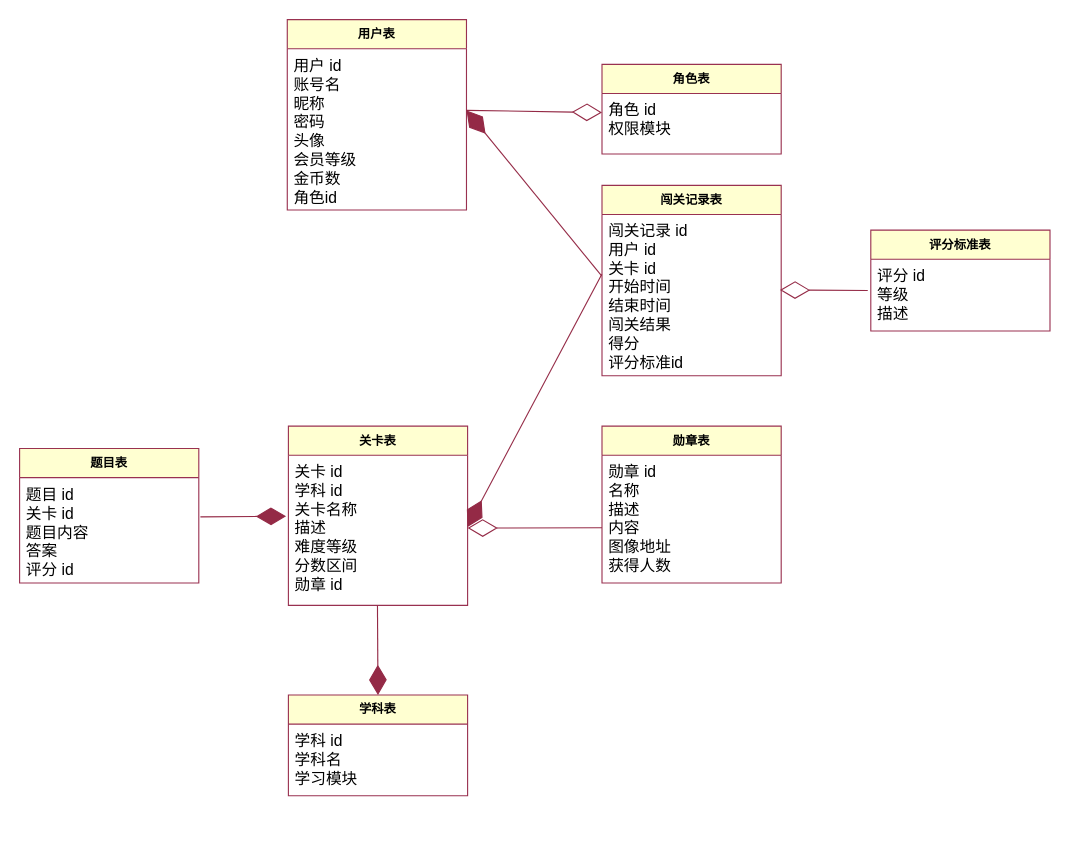
bosombaby/draw-store keeps this draw.io diagram as page "应用类图" (3 of 7) of 毕业设计/毕业设计.drawio. Above is the earlier version. Source tidied: cells renumbered, new cells numbered last; positions are measured from the earlier drawing's top-left corner, leaving out a move shared by most shapes. Both pictures are drawn from the tidied source at 112%, with x=0, y=0 at pixel (19, 19).
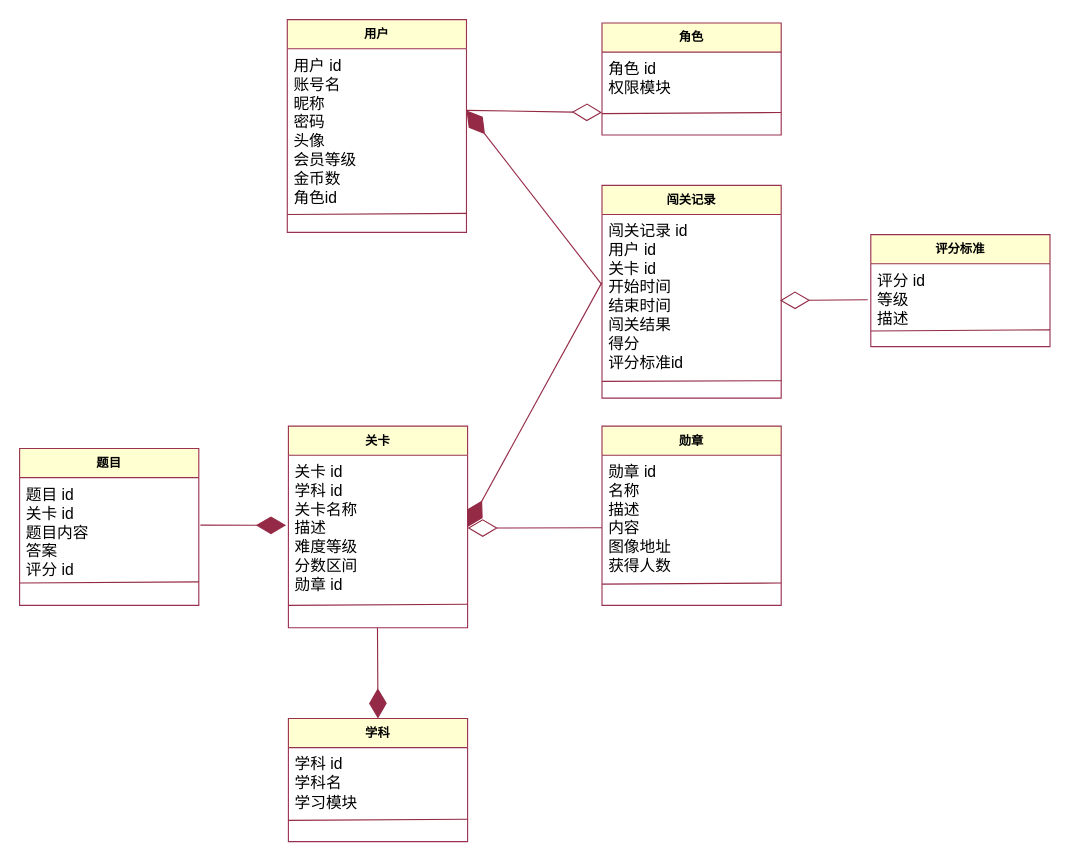
The same page after the edit.

The edit, as a diff of the source:
```diff
@@
-    <mxCell id="2" value="用户表" style="swimlane;fontStyle=1;align=center;verticalAlign=top;horizontal=1;startSize=26;whiteSpace=wrap;html=1;strokeColor=#993150;fontFamily=Helvetica;fontSize=11;fontColor=default;fillColor=#FFFFD1;" parent="1" vertex="1">
-      <mxGeometry x="239" width="160" height="170" as="geometry" />
+    <mxCell id="2" value="用户" style="swimlane;fontStyle=1;align=center;verticalAlign=top;horizontal=1;startSize=26;whiteSpace=wrap;html=1;strokeColor=#993150;fontFamily=Helvetica;fontSize=11;fontColor=default;fillColor=#FFFFD1;" parent="1" vertex="1">
+      <mxGeometry x="239" width="160" height="190" as="geometry" />
     </mxCell>
     <mxCell id="3" value="&lt;font style=&quot;font-size: 14px;&quot;&gt;用户 id&lt;br&gt;账号名&lt;br&gt;昵称&lt;br&gt;密码&lt;br&gt;头像&lt;br&gt;会员等级&lt;br&gt;金币数&lt;br&gt;角色id&lt;br&gt;&lt;/font&gt;" style="text;strokeColor=none;fillColor=none;align=left;verticalAlign=top;spacingLeft=4;spacingRight=4;overflow=hidden;whiteSpace=wrap;html=1;fontSize=11;fontFamily=Helvetica;fontColor=default;" parent="2" vertex="1">
-      <mxGeometry y="26" width="160" height="144" as="geometry" />
+      <mxGeometry y="26" width="160" height="164" as="geometry" />
     </mxCell>
+    <mxCell id="25" style="endArrow=none;html=1;rounded=0;strokeColor=#942A46;align=center;verticalAlign=middle;fontFamily=Helvetica;fontSize=15;fontColor=default;labelBackgroundColor=default;fillColor=#FFFFD1;entryX=1.002;entryY=0.905;entryDx=0;entryDy=0;entryPerimeter=0;" parent="2" edge="1">
+      <mxGeometry relative="1" as="geometry">
+        <mxPoint y="174" as="sourcePoint" />
+        <mxPoint x="160" y="173" as="targetPoint" />
+      </mxGeometry>
+    </mxCell>
-    <mxCell id="4" value="角色表" style="swimlane;fontStyle=1;align=center;verticalAlign=top;horizontal=1;startSize=26;whiteSpace=wrap;html=1;strokeColor=#993150;fontFamily=Helvetica;fontSize=11;fontColor=default;fillColor=#FFFFD1;" parent="1" vertex="1">
-      <mxGeometry x="520" y="40" width="160" height="80" as="geometry" />
+    <mxCell id="4" value="角色" style="swimlane;fontStyle=1;align=center;verticalAlign=top;horizontal=1;startSize=26;whiteSpace=wrap;html=1;strokeColor=#993150;fontFamily=Helvetica;fontSize=11;fontColor=default;fillColor=#FFFFD1;" parent="1" vertex="1">
+      <mxGeometry x="520" y="3" width="160" height="100" as="geometry" />
     </mxCell>
     <mxCell id="5" value="&lt;font style=&quot;font-size: 14px;&quot;&gt;角色 id&lt;br&gt;权限模块&lt;br&gt;&lt;br&gt;&lt;/font&gt;" style="text;strokeColor=none;fillColor=none;align=left;verticalAlign=top;spacingLeft=4;spacingRight=4;overflow=hidden;whiteSpace=wrap;html=1;fontSize=11;fontFamily=Helvetica;fontColor=default;" parent="4" vertex="1">
-      <mxGeometry y="26" width="160" height="54" as="geometry" />
+      <mxGeometry y="26" width="160" height="74" as="geometry" />
     </mxCell>
+    <mxCell id="26" style="endArrow=none;html=1;rounded=0;strokeColor=#942A46;align=center;verticalAlign=middle;fontFamily=Helvetica;fontSize=15;fontColor=default;labelBackgroundColor=default;fillColor=#FFFFD1;entryX=1.002;entryY=0.905;entryDx=0;entryDy=0;entryPerimeter=0;" parent="4" edge="1">
+      <mxGeometry relative="1" as="geometry">
+        <mxPoint y="81" as="sourcePoint" />
+        <mxPoint x="160" y="80" as="targetPoint" />
+      </mxGeometry>
+    </mxCell>
@@
-    <mxCell id="7" value="关卡表" style="swimlane;fontStyle=1;align=center;verticalAlign=top;horizontal=1;startSize=26;whiteSpace=wrap;html=1;strokeColor=#993150;fontFamily=Helvetica;fontSize=11;fontColor=default;fillColor=#FFFFD1;" parent="1" vertex="1">
-      <mxGeometry x="240" y="363" width="160" height="160" as="geometry" />
+    <mxCell id="7" value="关卡" style="swimlane;fontStyle=1;align=center;verticalAlign=top;horizontal=1;startSize=26;whiteSpace=wrap;html=1;strokeColor=#993150;fontFamily=Helvetica;fontSize=11;fontColor=default;fillColor=#FFFFD1;" parent="1" vertex="1">
+      <mxGeometry x="240" y="363" width="160" height="180" as="geometry" />
     </mxCell>
     <mxCell id="8" value="&lt;font style=&quot;font-size: 14px;&quot;&gt;关卡 id&lt;br&gt;学科 id&lt;br&gt;关卡名称&lt;br&gt;描述&lt;br&gt;难度等级&lt;br&gt;分数区间&lt;br&gt;勋章 id&lt;br&gt;&lt;/font&gt;" style="text;strokeColor=none;fillColor=none;align=left;verticalAlign=top;spacingLeft=4;spacingRight=4;overflow=hidden;points=[[0,0.5],[1,0.5]];portConstraint=eastwest;whiteSpace=wrap;html=1;fontSize=11;fontFamily=Helvetica;fontColor=default;" parent="7" vertex="1">
-      <mxGeometry y="26" width="160" height="134" as="geometry" />
+      <mxGeometry y="26" width="160" height="154" as="geometry" />
     </mxCell>
+    <mxCell id="27" style="endArrow=none;html=1;rounded=0;strokeColor=#942A46;align=center;verticalAlign=middle;fontFamily=Helvetica;fontSize=15;fontColor=default;labelBackgroundColor=default;fillColor=#FFFFD1;entryX=1.002;entryY=0.905;entryDx=0;entryDy=0;entryPerimeter=0;" parent="7" edge="1">
+      <mxGeometry relative="1" as="geometry">
+        <mxPoint y="160" as="sourcePoint" />
+        <mxPoint x="160" y="159" as="targetPoint" />
+      </mxGeometry>
+    </mxCell>
-    <mxCell id="9" value="学科表" style="swimlane;fontStyle=1;align=center;verticalAlign=top;horizontal=1;startSize=26;whiteSpace=wrap;html=1;strokeColor=#993150;fontFamily=Helvetica;fontSize=11;fontColor=default;fillColor=#FFFFD1;" parent="1" vertex="1">
-      <mxGeometry x="240" y="603" width="160" height="90" as="geometry" />
+    <mxCell id="9" value="学科" style="swimlane;fontStyle=1;align=center;verticalAlign=top;horizontal=1;startSize=26;whiteSpace=wrap;html=1;strokeColor=#993150;fontFamily=Helvetica;fontSize=11;fontColor=default;fillColor=#FFFFD1;" parent="1" vertex="1">
+      <mxGeometry x="240" y="624" width="160" height="110" as="geometry" />
     </mxCell>
     <mxCell id="10" value="&lt;font style=&quot;font-size: 14px;&quot;&gt;学科 id&lt;br&gt;学科名&lt;br&gt;学习模块&lt;br&gt;&lt;/font&gt;" style="text;strokeColor=none;fillColor=none;align=left;verticalAlign=top;spacingLeft=4;spacingRight=4;overflow=hidden;whiteSpace=wrap;html=1;fontSize=11;fontFamily=Helvetica;fontColor=default;" parent="9" vertex="1">
-      <mxGeometry y="26" width="160" height="64" as="geometry" />
+      <mxGeometry y="26" width="160" height="84" as="geometry" />
     </mxCell>
+    <mxCell id="28" style="endArrow=none;html=1;rounded=0;strokeColor=#942A46;align=center;verticalAlign=middle;fontFamily=Helvetica;fontSize=15;fontColor=default;labelBackgroundColor=default;fillColor=#FFFFD1;entryX=1.002;entryY=0.905;entryDx=0;entryDy=0;entryPerimeter=0;" parent="9" edge="1">
+      <mxGeometry relative="1" as="geometry">
+        <mxPoint y="91" as="sourcePoint" />
+        <mxPoint x="160" y="90" as="targetPoint" />
+      </mxGeometry>
+    </mxCell>
-    <mxCell id="11" value="题目表" style="swimlane;fontStyle=1;align=center;verticalAlign=top;horizontal=1;startSize=26;whiteSpace=wrap;html=1;strokeColor=#993150;fontFamily=Helvetica;fontSize=11;fontColor=default;fillColor=#FFFFD1;" parent="1" vertex="1">
-      <mxGeometry y="383" width="160" height="120" as="geometry" />
+    <mxCell id="11" value="题目" style="swimlane;fontStyle=1;align=center;verticalAlign=top;horizontal=1;startSize=26;whiteSpace=wrap;html=1;strokeColor=#993150;fontFamily=Helvetica;fontSize=11;fontColor=default;fillColor=#FFFFD1;" parent="1" vertex="1">
+      <mxGeometry y="383" width="160" height="140" as="geometry" />
     </mxCell>
     <mxCell id="12" value="&lt;font style=&quot;font-size: 14px;&quot;&gt;题目 id&lt;br&gt;关卡 id&lt;br&gt;题目内容&lt;br&gt;答案&lt;br&gt;评分 id&lt;br&gt;&lt;br&gt;&lt;/font&gt;" style="text;strokeColor=none;fillColor=none;align=left;verticalAlign=top;spacingLeft=4;spacingRight=4;overflow=hidden;points=[[0,0.5],[1,0.5]];portConstraint=eastwest;whiteSpace=wrap;html=1;fontSize=11;fontFamily=Helvetica;fontColor=default;" parent="11" vertex="1">
-      <mxGeometry y="26" width="160" height="94" as="geometry" />
+      <mxGeometry y="26" width="160" height="114" as="geometry" />
     </mxCell>
+    <mxCell id="29" style="endArrow=none;html=1;rounded=0;strokeColor=#942A46;align=center;verticalAlign=middle;fontFamily=Helvetica;fontSize=15;fontColor=default;labelBackgroundColor=default;fillColor=#FFFFD1;entryX=1.002;entryY=0.905;entryDx=0;entryDy=0;entryPerimeter=0;" parent="11" edge="1">
+      <mxGeometry relative="1" as="geometry">
+        <mxPoint y="120" as="sourcePoint" />
+        <mxPoint x="160" y="119" as="targetPoint" />
+      </mxGeometry>
+    </mxCell>
-    <mxCell id="13" value="闯关记录表" style="swimlane;fontStyle=1;align=center;verticalAlign=top;horizontal=1;startSize=26;whiteSpace=wrap;html=1;strokeColor=#993150;fontFamily=Helvetica;fontSize=11;fontColor=default;fillColor=#FFFFD1;" parent="1" vertex="1">
-      <mxGeometry x="520" y="148" width="160" height="170" as="geometry" />
+    <mxCell id="13" value="闯关记录" style="swimlane;fontStyle=1;align=center;verticalAlign=top;horizontal=1;startSize=26;whiteSpace=wrap;html=1;strokeColor=#993150;fontFamily=Helvetica;fontSize=11;fontColor=default;fillColor=#FFFFD1;" parent="1" vertex="1">
+      <mxGeometry x="520" y="148" width="160" height="190" as="geometry" />
     </mxCell>
     <mxCell id="14" value="&lt;font style=&quot;font-size: 14px;&quot;&gt;闯关记录 id&lt;br&gt;用户 id&lt;br&gt;关卡 id&lt;br&gt;开始时间&lt;br&gt;结束时间&lt;br&gt;闯关结果&lt;br&gt;得分&lt;br&gt;评分标准id&lt;br&gt;&lt;/font&gt;" style="text;strokeColor=none;fillColor=none;align=left;verticalAlign=top;spacingLeft=4;spacingRight=4;overflow=hidden;points=[[0,0.5],[1,0.5]];portConstraint=eastwest;whiteSpace=wrap;html=1;fontSize=11;fontFamily=Helvetica;fontColor=default;" parent="13" vertex="1">
-      <mxGeometry y="26" width="160" height="144" as="geometry" />
+      <mxGeometry y="26" width="160" height="164" as="geometry" />
     </mxCell>
+    <mxCell id="30" style="endArrow=none;html=1;rounded=0;strokeColor=#942A46;align=center;verticalAlign=middle;fontFamily=Helvetica;fontSize=15;fontColor=default;labelBackgroundColor=default;fillColor=#FFFFD1;entryX=1.002;entryY=0.905;entryDx=0;entryDy=0;entryPerimeter=0;" parent="13" edge="1" target="14">
+      <mxGeometry relative="1" as="geometry">
+        <mxPoint y="175" as="sourcePoint" />
+      </mxGeometry>
+    </mxCell>
@@
-    <mxCell id="19" value="勋章表" style="swimlane;fontStyle=1;align=center;verticalAlign=top;horizontal=1;startSize=26;whiteSpace=wrap;html=1;strokeColor=#993150;fontFamily=Helvetica;fontSize=11;fontColor=default;fillColor=#FFFFD1;" parent="1" vertex="1">
-      <mxGeometry x="520" y="363" width="160" height="140" as="geometry" />
+    <mxCell id="19" value="勋章" style="swimlane;fontStyle=1;align=center;verticalAlign=top;horizontal=1;startSize=26;whiteSpace=wrap;html=1;strokeColor=#993150;fontFamily=Helvetica;fontSize=11;fontColor=default;fillColor=#FFFFD1;" parent="1" vertex="1">
+      <mxGeometry x="520" y="363" width="160" height="160" as="geometry" />
     </mxCell>
     <mxCell id="20" value="&lt;font style=&quot;font-size: 14px;&quot;&gt;勋章 id&lt;br&gt;名称&lt;br&gt;描述&lt;br&gt;内容&lt;br&gt;图像地址&lt;br&gt;获得人数&lt;br&gt;&lt;/font&gt;" style="text;strokeColor=none;fillColor=none;align=left;verticalAlign=top;spacingLeft=4;spacingRight=4;overflow=hidden;whiteSpace=wrap;html=1;fontSize=11;fontFamily=Helvetica;fontColor=default;" parent="19" vertex="1">
-      <mxGeometry y="26" width="160" height="114" as="geometry" />
+      <mxGeometry y="26" width="160" height="134" as="geometry" />
     </mxCell>
+    <mxCell id="31" style="endArrow=none;html=1;rounded=0;strokeColor=#942A46;align=center;verticalAlign=middle;fontFamily=Helvetica;fontSize=15;fontColor=default;labelBackgroundColor=default;fillColor=#FFFFD1;entryX=1.002;entryY=0.905;entryDx=0;entryDy=0;entryPerimeter=0;" parent="19" edge="1">
+      <mxGeometry relative="1" as="geometry">
+        <mxPoint y="141" as="sourcePoint" />
+        <mxPoint x="160" y="140" as="targetPoint" />
+      </mxGeometry>
+    </mxCell>
@@
-    <mxCell id="22" value="评分标准表" style="swimlane;fontStyle=1;align=center;verticalAlign=top;horizontal=1;startSize=26;whiteSpace=wrap;html=1;strokeColor=#993150;fontFamily=Helvetica;fontSize=11;fontColor=default;fillColor=#FFFFD1;" parent="1" vertex="1">
-      <mxGeometry x="760" y="188" width="160" height="90" as="geometry" />
+    <mxCell id="22" value="评分标准" style="swimlane;fontStyle=1;align=center;verticalAlign=top;horizontal=1;startSize=26;whiteSpace=wrap;html=1;strokeColor=#993150;fontFamily=Helvetica;fontSize=11;fontColor=default;fillColor=#FFFFD1;" parent="1" vertex="1">
+      <mxGeometry x="760" y="192" width="160" height="100" as="geometry" />
     </mxCell>
     <mxCell id="23" value="&lt;font style=&quot;font-size: 14px;&quot;&gt;评分 id&lt;br&gt;等级&lt;br&gt;描述&lt;br&gt;&lt;br&gt;&lt;/font&gt;" style="text;strokeColor=none;fillColor=none;align=left;verticalAlign=top;spacingLeft=4;spacingRight=4;overflow=hidden;points=[[0,0.5],[1,0.5]];portConstraint=eastwest;whiteSpace=wrap;html=1;fontSize=11;fontFamily=Helvetica;fontColor=default;" parent="22" vertex="1">
-      <mxGeometry y="26" width="160" height="64" as="geometry" />
+      <mxGeometry y="26" width="160" height="74" as="geometry" />
     </mxCell>
+    <mxCell id="32" style="endArrow=none;html=1;rounded=0;strokeColor=#942A46;align=center;verticalAlign=middle;fontFamily=Helvetica;fontSize=15;fontColor=default;labelBackgroundColor=default;fillColor=#FFFFD1;entryX=1.002;entryY=0.905;entryDx=0;entryDy=0;entryPerimeter=0;" parent="22" edge="1">
+      <mxGeometry relative="1" as="geometry">
+        <mxPoint y="86" as="sourcePoint" />
+        <mxPoint x="160" y="85" as="targetPoint" />
+      </mxGeometry>
+    </mxCell>
```
